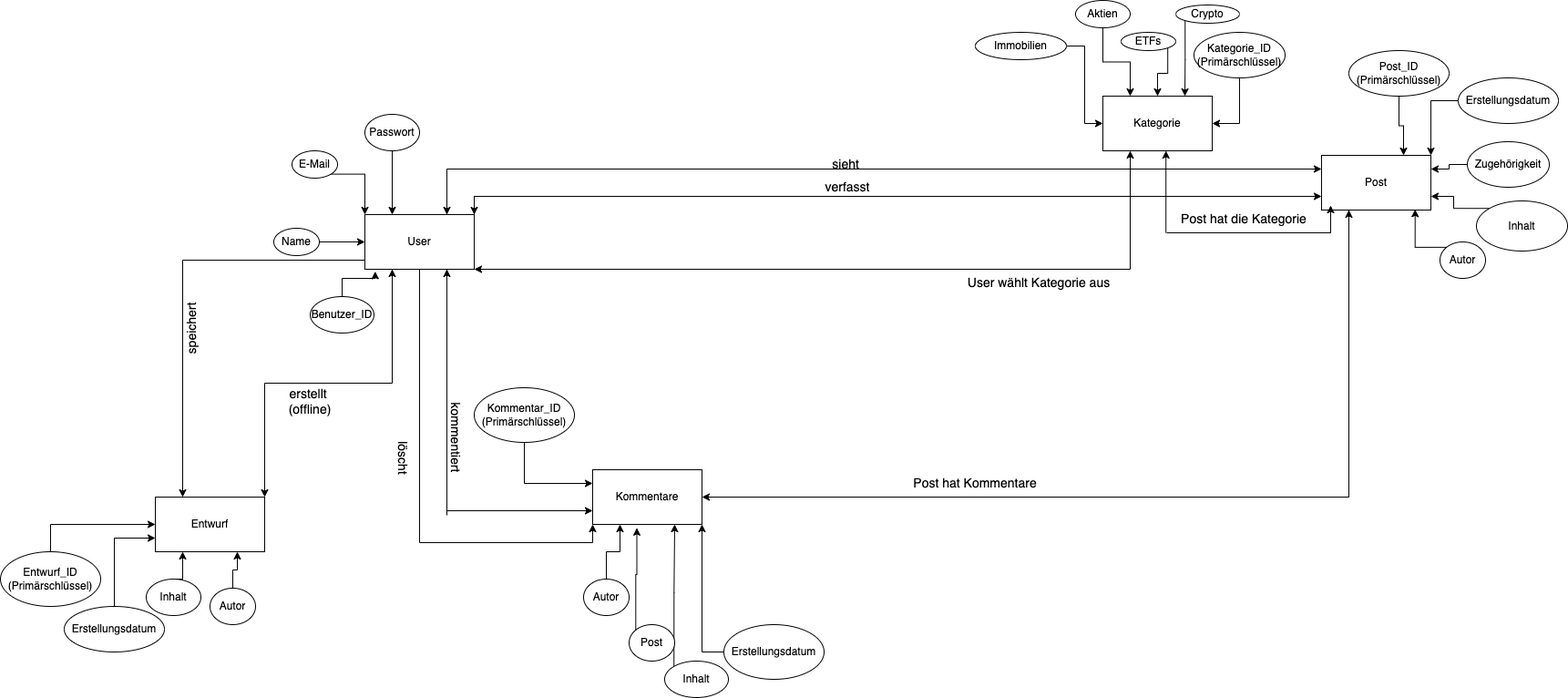
Before: Verbesserte ER-Diagramm Softwareprojekt.drawio.png, a diagram exported from draw.io (NDA2004/Kuchen). Source tidied: cells renumbered, new cells last; positions are measured from the earlier drawing's top-left corner, leaving out a move shared by most shapes.
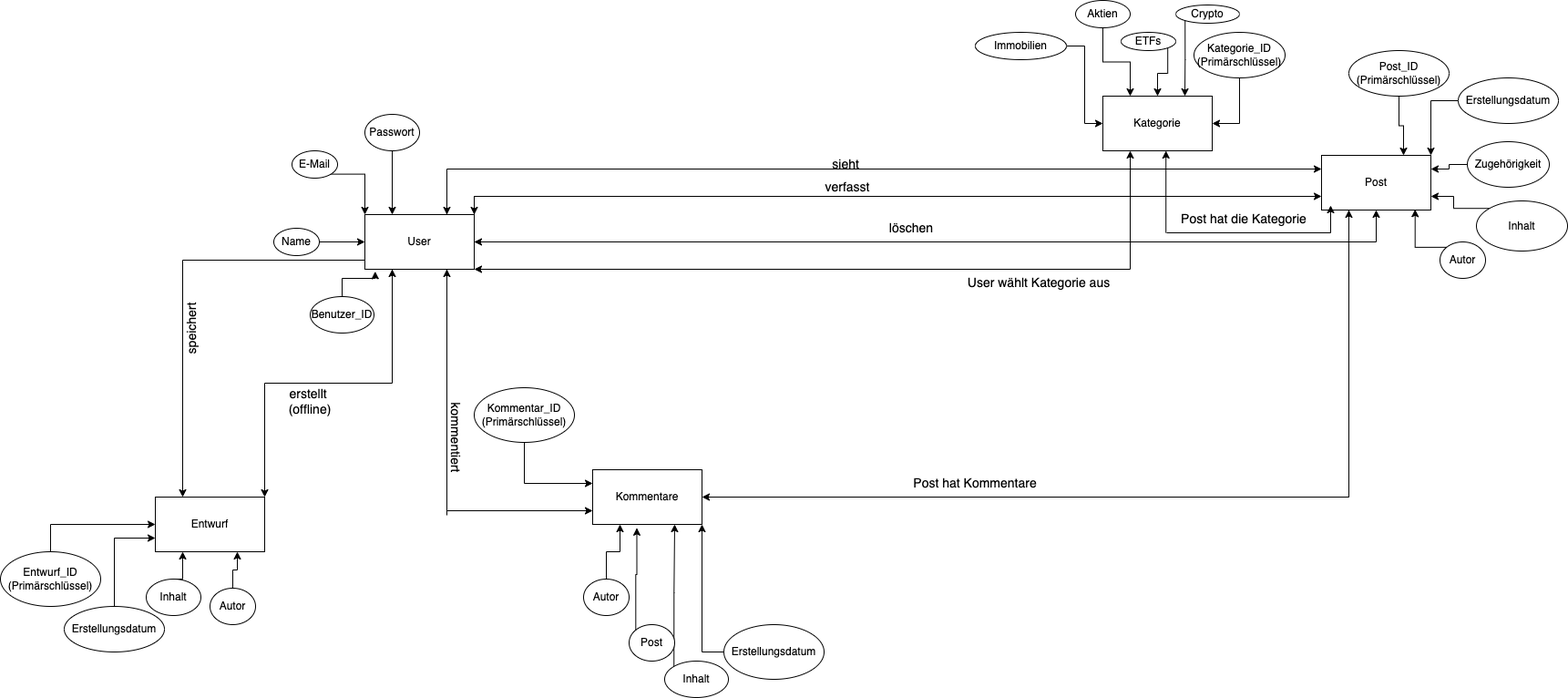
After the commit.

What changed in the source:
```diff
@@ -15,9 +15,6 @@
         </Array>
       </mxGeometry>
     </mxCell>
-    <mxCell id="5" style="edgeStyle=orthogonalEdgeStyle;rounded=0;jettySize=auto;html=1;exitX=0.5;exitY=1;exitDx=0;exitDy=0;entryX=0;entryY=1;entryDx=0;entryDy=0;" parent="1" edge="1" source="8" target="38">
-      <mxGeometry relative="1" as="geometry" />
-    </mxCell>
     <mxCell id="6" style="edgeStyle=orthogonalEdgeStyle;rounded=0;jettySize=auto;html=1;exitX=0.25;exitY=1;exitDx=0;exitDy=0;entryX=1;entryY=0;entryDx=0;entryDy=0;" parent="1" edge="1" source="8" target="48">
       <mxGeometry relative="1" as="geometry" />
     </mxCell>
@@ -29,6 +26,9 @@
         </Array>
       </mxGeometry>
     </mxCell>
+    <mxCell id="79" style="edgeStyle=orthogonalEdgeStyle;rounded=0;jettySize=auto;html=1;exitX=1;exitY=0.5;exitDx=0;exitDy=0;entryX=0.5;entryY=1;entryDx=0;entryDy=0;" parent="1" edge="1" source="8" target="28">
+      <mxGeometry relative="1" as="geometry" />
+    </mxCell>
     <mxCell id="8" value="User" style="rounded=0;whiteSpace=wrap;html=1;" parent="1" vertex="1">
       <mxGeometry x="400" y="235" width="120" height="60" as="geometry" />
     </mxCell>
@@ -197,9 +197,6 @@
     <mxCell id="63" value="&lt;font style=&quot;font-size: 14px;&quot;&gt;kommentiert&lt;/font&gt;" style="text;html=1;strokeColor=none;fillColor=none;align=center;verticalAlign=middle;whiteSpace=wrap;rounded=0;rotation=90;" parent="1" vertex="1">
       <mxGeometry x="470" y="465" width="60" height="30" as="geometry" />
     </mxCell>
-    <mxCell id="64" value="&lt;font style=&quot;font-size: 14px;&quot;&gt;löscht&lt;/font&gt;" style="text;html=1;strokeColor=none;fillColor=none;align=center;verticalAlign=middle;whiteSpace=wrap;rounded=0;rotation=90;" parent="1" vertex="1">
-      <mxGeometry x="400" y="480" width="85" height="45" as="geometry" />
-    </mxCell>
     <mxCell id="65" style="endArrow=classic;html=1;rounded=0;entryX=0.25;entryY=1;entryDx=0;entryDy=0;" parent="1" edge="1" target="16">
       <mxGeometry relative="1" as="geometry">
         <mxPoint x="1240" y="295" as="sourcePoint" />
@@ -269,5 +266,13 @@
     <mxCell id="78" value="&lt;font style=&quot;font-size: 14px;&quot;&gt;speichert&lt;/font&gt;" style="text;html=1;strokeColor=none;fillColor=none;align=center;verticalAlign=middle;whiteSpace=wrap;rounded=0;rotation=-90;" parent="1" vertex="1">
       <mxGeometry x="180" y="345" width="60" height="30" as="geometry" />
     </mxCell>
+    <mxCell id="80" style="endArrow=classic;html=1;rounded=0;entryX=1;entryY=0.5;entryDx=0;entryDy=0;" parent="1" edge="1" target="8">
+      <mxGeometry relative="1" as="geometry">
+        <mxPoint x="1010" y="265" as="sourcePoint" />
+      </mxGeometry>
+    </mxCell>
+    <mxCell id="81" value="&lt;font style=&quot;font-size: 14px;&quot;&gt;löschen&lt;/font&gt;" style="text;html=1;align=center;verticalAlign=middle;whiteSpace=wrap;rounded=0;" parent="1" vertex="1">
+      <mxGeometry x="970" y="235" width="60" height="30" as="geometry" />
+    </mxCell>
   </root>
 </mxGraphModel>
```
